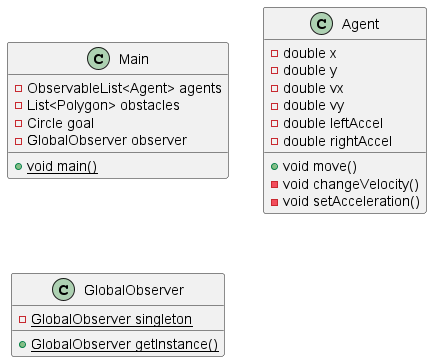
dalemorris2021/agent-simulation keeps this PlantUML diagram as doc/diagrams/simulation.png. Above is the earlier version. Its diagram source:
```plantuml
@startuml

class Main {
    - ObservableList<Agent> agents
    - List<Polygon> obstacles
    - Circle goal
    - GlobalObserver observer
    + {static} void main()
}

class Agent {
    - double x
    - double y
    - double vx
    - double vy
    - double leftAccel
    - double rightAccel
    + void move()
    - void changeVelocity()
    - void setAcceleration()
}

class GlobalObserver {
    - {static} GlobalObserver singleton
    + {static} GlobalObserver getInstance()
}

@enduml
```
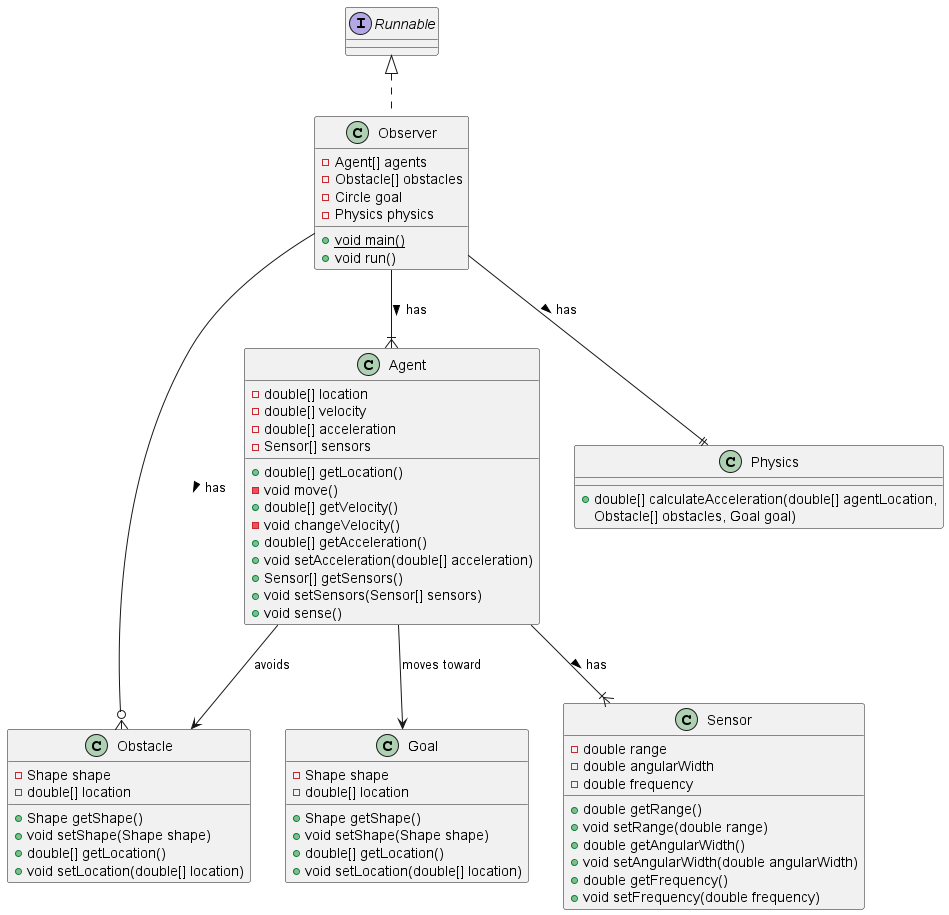
Above is the later version.

Commit message:
Modified architecture of all classes

Diff of the diagram source:
```diff
@@ -1,28 +1,75 @@
 @startuml
 
-class Main {
-    - ObservableList<Agent> agents
-    - List<Polygon> obstacles
+class Observer implements Runnable {
+    - Agent[] agents
+    - Obstacle[] obstacles
     - Circle goal
-    - GlobalObserver observer
+    - Physics physics
     + {static} void main()
+    + void run()
 }
 
 class Agent {
-    - double x
-    - double y
-    - double vx
-    - double vy
-    - double leftAccel
-    - double rightAccel
-    + void move()
+    - double[] location
+    - double[] velocity
+    - double[] acceleration
+    - Sensor[] sensors
+
+    + double[] getLocation()
+    - void move()
+    + double[] getVelocity()
     - void changeVelocity()
-    - void setAcceleration()
+    + double[] getAcceleration()
+    + void setAcceleration(double[] acceleration)
+    + Sensor[] getSensors()
+    + void setSensors(Sensor[] sensors)
+    + void sense()
 }
 
-class GlobalObserver {
-    - {static} GlobalObserver singleton
-    + {static} GlobalObserver getInstance()
+class Sensor {
+    - double range
+    - double angularWidth
+    - double frequency
+
+    + double getRange()
+    + void setRange(double range)
+    + double getAngularWidth()
+    + void setAngularWidth(double angularWidth)
+    + double getFrequency()
+    + void setFrequency(double frequency)
 }
 
+class Obstacle {
+    - Shape shape
+    - double[] location
+
+    + Shape getShape()
+    + void setShape(Shape shape)
+    + double[] getLocation()
+    + void setLocation(double[] location)
+}
+
+class Goal {
+    - Shape shape
+    - double[] location
+
+    + Shape getShape()
+    + void setShape(Shape shape)
+    + double[] getLocation()
+    + void setLocation(double[] location)
+}
+
+class Physics {
+    + double[] calculateAcceleration(double[] agentLocation,
+    Obstacle[] obstacles, Goal goal)
+}
+
+Observer --|{ Agent : has >
+Observer --o{ Obstacle : has >
+Observer --|| Physics : has >
+
+Agent --|{ Sensor : has >
+Agent --> Obstacle : avoids
+Agent --> Goal : moves toward
+
 @enduml
```
